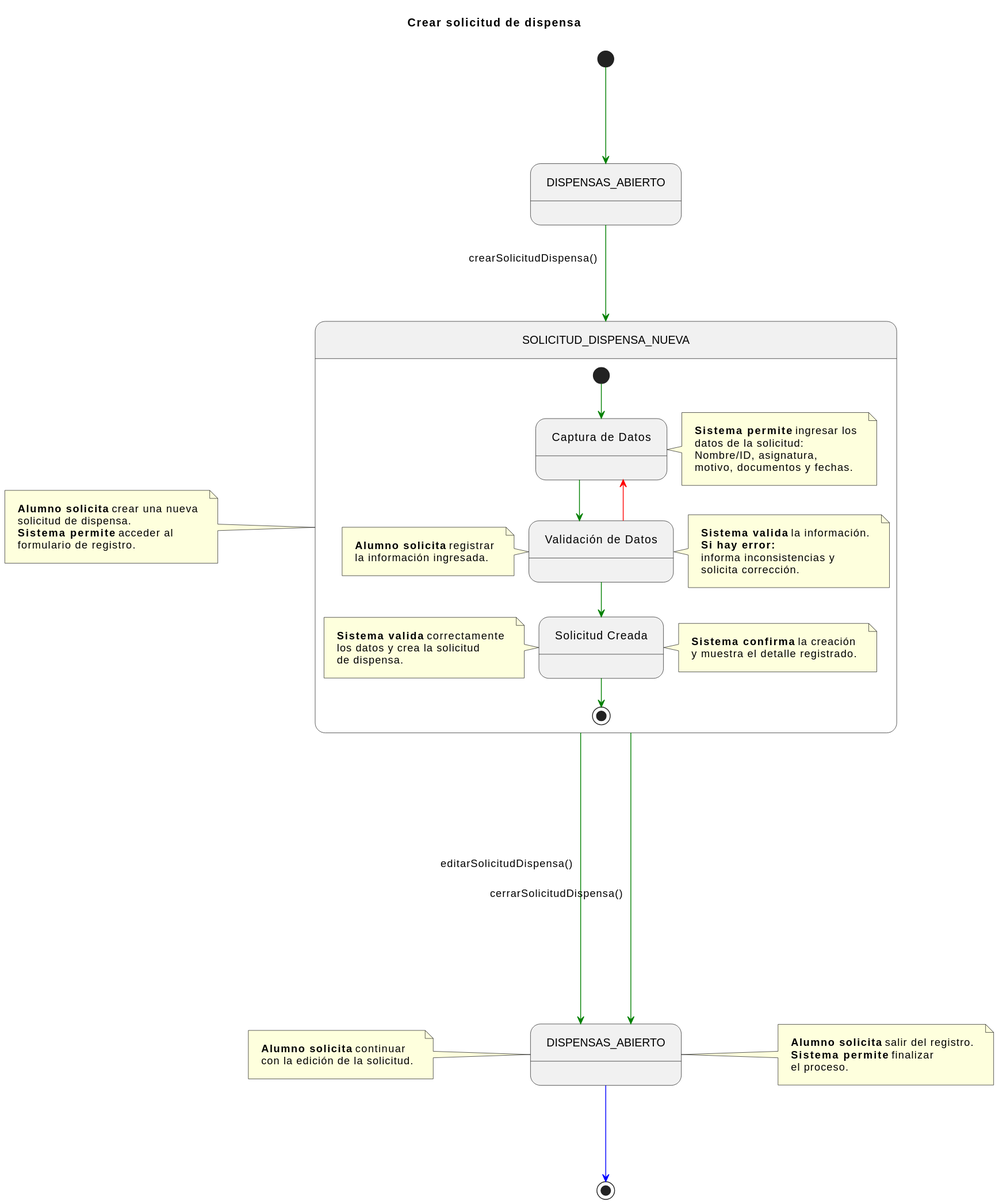
Earlier version of the PlantUML export documents/CasosDeUso/DetalladoCasosDeUso/Secretaria/crearSolicitudDispensa.svg (enmabry/25-26-IdSw1-SdR).
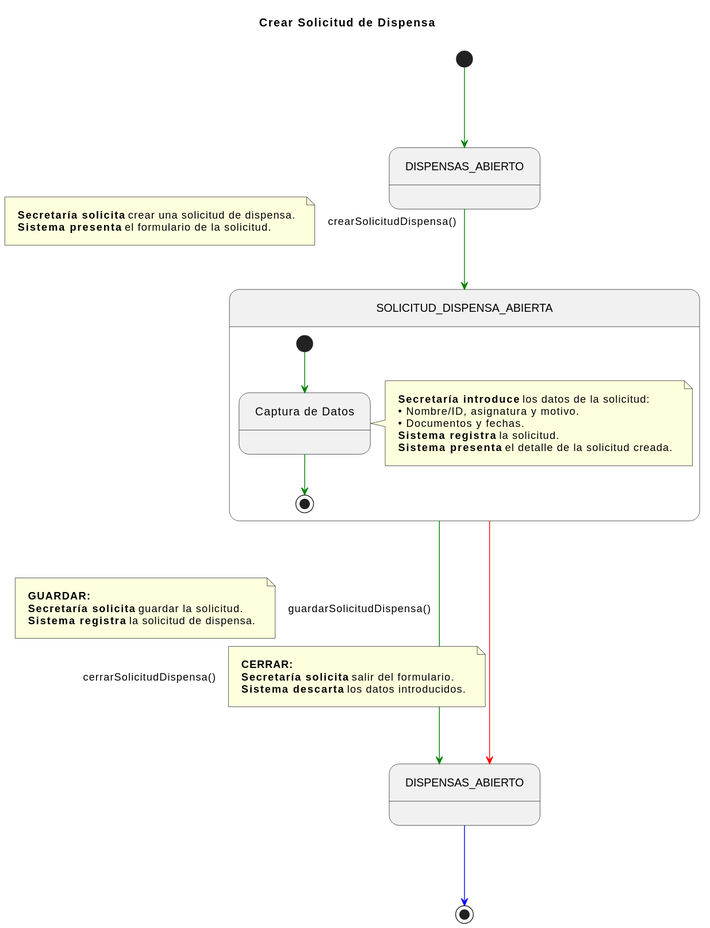
After the change.

Commit message:
fix: corregir terminología y estructura en la mayoria de los casos de uso de Secretaría

Diff of the diagram source:
```diff
@@ -1,91 +1,48 @@
 @startuml
-title Crear solicitud de dispensa
-
-
-skinparam nodesep 120
-skinparam ranksep 120
+title Crear Solicitud de Dispensa
+skinparam nodesep 100
+skinparam ranksep 100
 skinparam linetype ortho
 skinparam Padding 10
 
 state DISPENSAS_ABIERTO_INICIAL      as "DISPENSAS_ABIERTO"
-state SOLICITUD_DISPENSA_NUEVA_COMP  as "SOLICITUD_DISPENSA_NUEVA"
+state SOLICITUD_DISPENSA_ABIERTA_COMP as "SOLICITUD_DISPENSA_ABIERTA"
 state DISPENSAS_ABIERTO_FINAL        as "DISPENSAS_ABIERTO"
 
 [*] -[#green]-> DISPENSAS_ABIERTO_INICIAL
 
-DISPENSAS_ABIERTO_INICIAL -[#green]-> SOLICITUD_DISPENSA_NUEVA_COMP : crearSolicitudDispensa()
-
-note left of SOLICITUD_DISPENSA_NUEVA_COMP
-    <b>Alumno solicita</b> crear una nueva
-    solicitud de dispensa.
-    <b>Sistema permite</b> acceder al
-    formulario de registro.
+DISPENSAS_ABIERTO_INICIAL -[#green]-> SOLICITUD_DISPENSA_ABIERTA_COMP : crearSolicitudDispensa()
+note left on link
+    <b>Secretaría solicita</b> crear una solicitud de dispensa.
+    <b>Sistema presenta</b> el formulario de la solicitud.
 end note
 
-
-state SOLICITUD_DISPENSA_NUEVA_COMP {
-
-    state CapturaDatos    as "Captura de Datos"
-    state ValidarDatos    as "Validación de Datos"
-    state CreacionExitosa as "Solicitud Creada"
-
+state SOLICITUD_DISPENSA_ABIERTA_COMP {
+    state CapturaDatos as "Captura de Datos"
     [*] -[#green]-> CapturaDatos
-
     note right of CapturaDatos
-        <b>Sistema permite</b> ingresar los
-        datos de la solicitud:
-        Nombre/ID, asignatura,
-        motivo, documentos y fechas.
+        <b>Secretaría introduce</b> los datos de la solicitud:
+        • Nombre/ID, asignatura y motivo.
+        • Documentos y fechas.
+        <b>Sistema registra</b> la solicitud.
+        <b>Sistema presenta</b> el detalle de la solicitud creada.
     end note
-
-    CapturaDatos -[#green]-> ValidarDatos
-
-    note left of ValidarDatos
-        <b>Alumno solicita</b> registrar
-        la información ingresada.
-    end note
-
-    ValidarDatos -[#red]-> CapturaDatos
-
-    note right of ValidarDatos
-        <b>Sistema valida</b> la información.
-        <b>Si hay error:</b>
-        informa inconsistencias y
-        solicita corrección.
-    end note
-
-    ValidarDatos -[#green]-> CreacionExitosa
-
-    note left of CreacionExitosa
-        <b>Sistema valida</b> correctamente
-        los datos y crea la solicitud
-        de dispensa.
-    end note
-
-    CreacionExitosa -[#green]-> [*]
-
-    note right of CreacionExitosa
-        <b>Sistema confirma</b> la creación
-        y muestra el detalle registrado.
-    end note
+    CapturaDatos -[#green]-> [*]
 }
 
-SOLICITUD_DISPENSA_NUEVA_COMP -[#green]---> DISPENSAS_ABIERTO_FINAL : editarSolicitudDispensa()
-
-note left of DISPENSAS_ABIERTO_FINAL
-    <b>Alumno solicita</b> continuar
-    con la edición de la solicitud.
+SOLICITUD_DISPENSA_ABIERTA_COMP -[#green]---> DISPENSAS_ABIERTO_FINAL : guardarSolicitudDispensa()
+note left on link
+    <b>GUARDAR:</b>
+    <b>Secretaría solicita</b> guardar la solicitud.
+    <b>Sistema registra</b> la solicitud de dispensa.
 end note
 
-
-SOLICITUD_DISPENSA_NUEVA_COMP -[#green]---> DISPENSAS_ABIERTO_FINAL : cerrarSolicitudDispensa()
-
-note right of DISPENSAS_ABIERTO_FINAL
-    <b>Alumno solicita</b> salir del registro.
-    <b>Sistema permite</b> finalizar
-    el proceso.
+SOLICITUD_DISPENSA_ABIERTA_COMP -[#red]---> DISPENSAS_ABIERTO_FINAL : cerrarSolicitudDispensa()
+note right on link
+    <b>CERRAR:</b>
+    <b>Secretaría solicita</b> salir del formulario.
+    <b>Sistema descarta</b> los datos introducidos.
 end note
-
 
 DISPENSAS_ABIERTO_FINAL -[#blue]-> [*]
 @enduml
```
